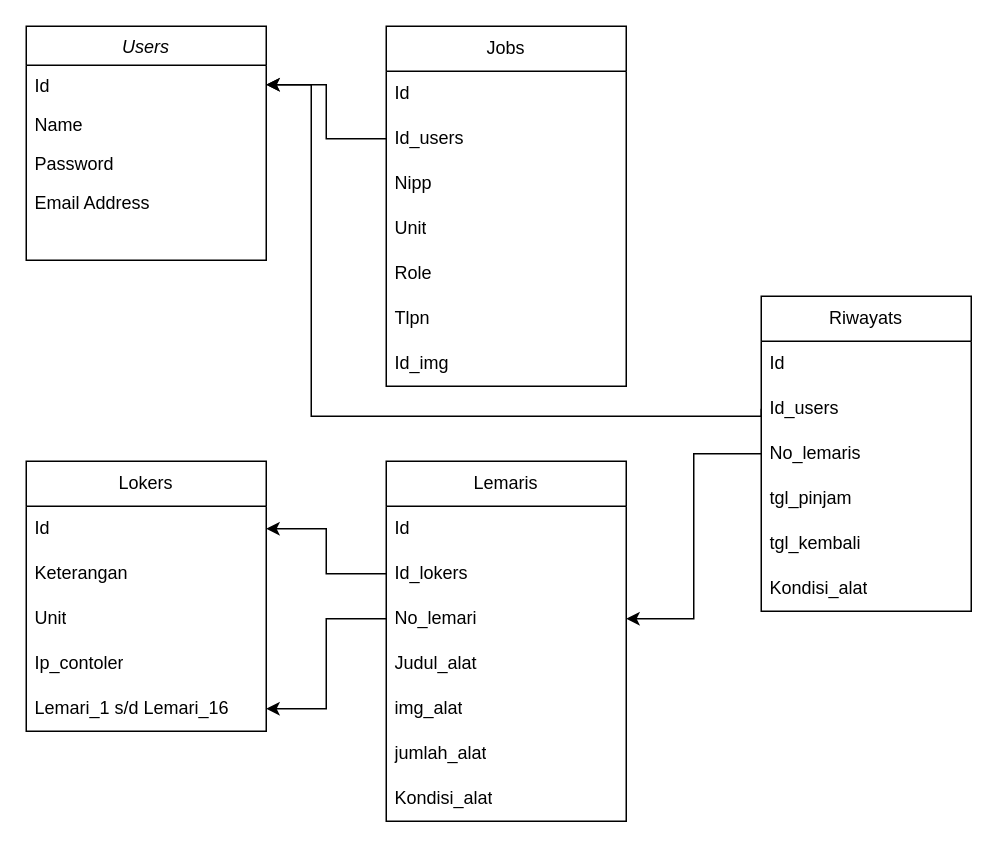
ABanira/Lemari keeps this draw.io diagram as Diagram Tanpa Judul.drawio. Above is the earlier version. Source tidied: cells renumbered, new cells numbered last; positions are measured from the earlier drawing's top-left corner, leaving out a move shared by most shapes. Both pictures are drawn from the tidied source at 150%, with x=0, y=0 at pixel (26, 26).
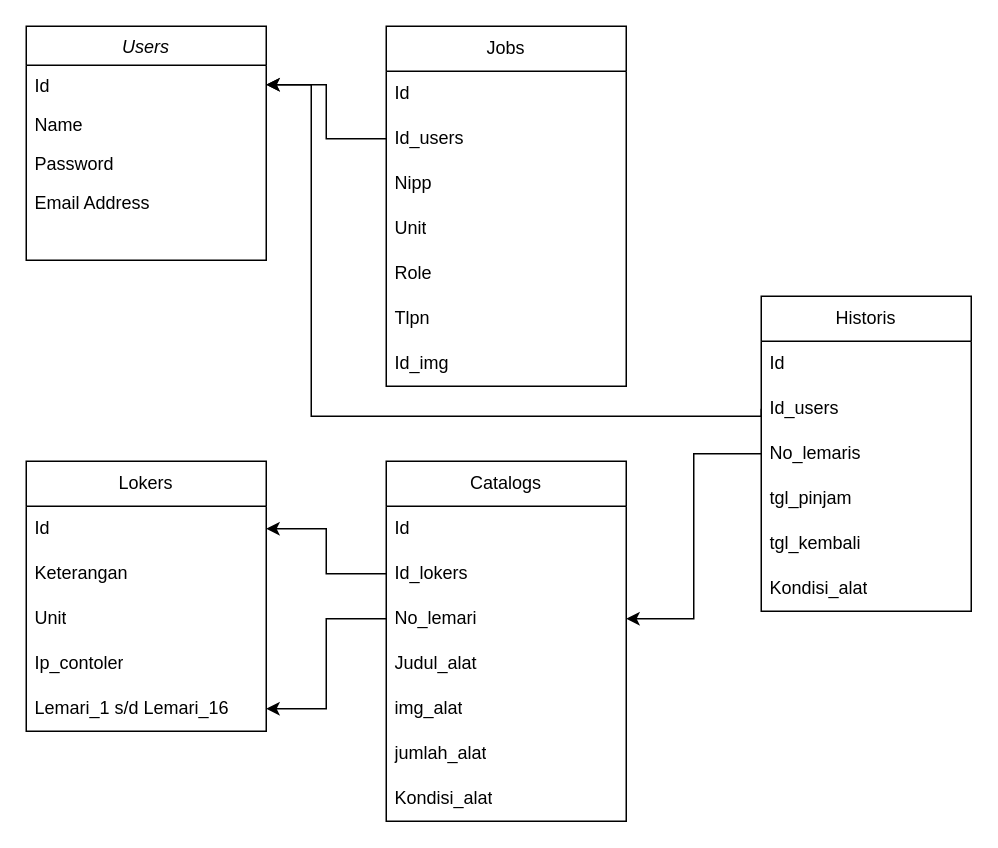
Above is the later version.

What changed in the source:
```diff
@@
-    <mxCell id="22" value="Lemaris" style="swimlane;fontStyle=0;horizontal=1;startSize=30;whiteSpace=wrap;html=1;" parent="1" vertex="1">
+    <mxCell id="22" value="Catalogs" style="swimlane;fontStyle=0;horizontal=1;startSize=30;whiteSpace=wrap;html=1;" parent="1" vertex="1">
       <mxGeometry x="240" y="290" width="160" height="240" as="geometry" />
     </mxCell>
@@
-    <mxCell id="32" value="Riwayats" style="swimlane;fontStyle=0;horizontal=1;startSize=30;whiteSpace=wrap;html=1;" parent="1" vertex="1">
+    <mxCell id="32" value="Historis" style="swimlane;fontStyle=0;horizontal=1;startSize=30;whiteSpace=wrap;html=1;" parent="1" vertex="1">
       <mxGeometry x="490" y="180" width="140" height="210" as="geometry" />
     </mxCell>
```
